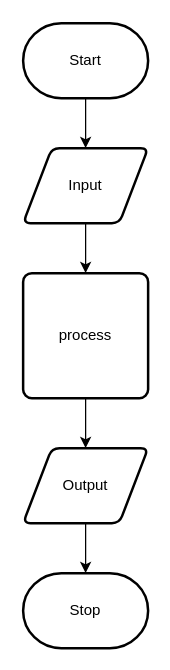
Before: design/flow-chart.drawio in Chloe-Havel/ICS2O-unit-3-02-1, a draw.io diagram. Source tidied: cells renumbered, new cells numbered last; positions are measured from the earlier drawing's top-left corner, leaving out a move shared by most shapes. Both pictures are drawn from the tidied source at 125%, with x=0, y=0 at pixel (22, 22).
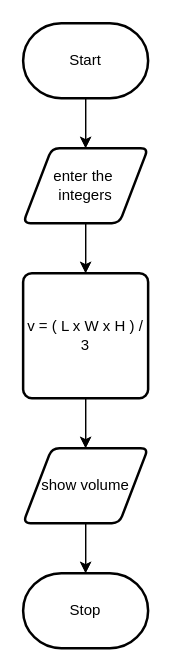
The same diagram, later.

Change to the diagram source:
```diff
@@
 <mxGraphModel>
   <root>
     <mxCell id="0" />
     <mxCell id="1" parent="0" />
     <mxCell id="2" style="edgeStyle=none;html=1;" parent="1" edge="1" source="3" target="5">
       <mxGeometry relative="1" as="geometry" />
     </mxCell>
     <mxCell id="3" value="Start" style="strokeWidth=2;html=1;shape=mxgraph.flowchart.terminator;whiteSpace=wrap;" parent="1" vertex="1">
       <mxGeometry width="100" height="60" as="geometry" />
     </mxCell>
     <mxCell id="4" style="edgeStyle=none;html=1;" parent="1" edge="1" source="5" target="7">
       <mxGeometry relative="1" as="geometry" />
     </mxCell>
-    <mxCell id="5" value="Input" style="shape=parallelogram;html=1;strokeWidth=2;perimeter=parallelogramPerimeter;whiteSpace=wrap;rounded=1;arcSize=12;size=0.23;" parent="1" vertex="1">
+    <mxCell id="5" value="enter the&amp;nbsp;&lt;br&gt;integers" style="shape=parallelogram;html=1;strokeWidth=2;perimeter=parallelogramPerimeter;whiteSpace=wrap;rounded=1;arcSize=12;size=0.23;" parent="1" vertex="1">
       <mxGeometry y="100" width="100" height="60" as="geometry" />
     </mxCell>
     <mxCell id="6" style="edgeStyle=none;html=1;" parent="1" edge="1" source="7" target="9">
       <mxGeometry relative="1" as="geometry" />
     </mxCell>
-    <mxCell id="7" value="process" style="rounded=1;whiteSpace=wrap;html=1;absoluteArcSize=1;arcSize=14;strokeWidth=2;" parent="1" vertex="1">
+    <mxCell id="7" value="v = ( L x W x H ) / 3" style="rounded=1;whiteSpace=wrap;html=1;absoluteArcSize=1;arcSize=14;strokeWidth=2;" parent="1" vertex="1">
       <mxGeometry y="200" width="100" height="100" as="geometry" />
     </mxCell>
     <mxCell id="8" style="edgeStyle=none;html=1;" parent="1" edge="1" source="9" target="10">
       <mxGeometry relative="1" as="geometry" />
     </mxCell>
-    <mxCell id="9" value="Output" style="shape=parallelogram;html=1;strokeWidth=2;perimeter=parallelogramPerimeter;whiteSpace=wrap;rounded=1;arcSize=12;size=0.23;" parent="1" vertex="1">
+    <mxCell id="9" value="show volume" style="shape=parallelogram;html=1;strokeWidth=2;perimeter=parallelogramPerimeter;whiteSpace=wrap;rounded=1;arcSize=12;size=0.23;" parent="1" vertex="1">
       <mxGeometry y="340" width="100" height="60" as="geometry" />
     </mxCell>
     <mxCell id="10" value="Stop" style="strokeWidth=2;html=1;shape=mxgraph.flowchart.terminator;whiteSpace=wrap;" parent="1" vertex="1">
       <mxGeometry y="440" width="100" height="60" as="geometry" />
     </mxCell>
+    <mxCell id="11" style="edgeStyle=none;html=1;" parent="1" edge="1">
+      <mxGeometry relative="1" as="geometry">
+        <mxPoint x="50" y="60" as="sourcePoint" />
+        <mxPoint x="50" y="100" as="targetPoint" />
+      </mxGeometry>
+    </mxCell>
+    <mxCell id="12" style="edgeStyle=none;html=1;" parent="1" edge="1">
+      <mxGeometry relative="1" as="geometry">
+        <mxPoint x="50" y="160" as="sourcePoint" />
+        <mxPoint x="50" y="200" as="targetPoint" />
+      </mxGeometry>
+    </mxCell>
+    <mxCell id="13" style="edgeStyle=none;html=1;" parent="1" edge="1">
+      <mxGeometry relative="1" as="geometry">
+        <mxPoint x="50" y="300" as="sourcePoint" />
+        <mxPoint x="50" y="340" as="targetPoint" />
+      </mxGeometry>
+    </mxCell>
+    <mxCell id="14" style="edgeStyle=none;html=1;" parent="1" edge="1">
+      <mxGeometry relative="1" as="geometry">
+        <mxPoint x="50" y="400" as="sourcePoint" />
+        <mxPoint x="50" y="440" as="targetPoint" />
+      </mxGeometry>
+    </mxCell>
   </root>
 </mxGraphModel>
```
